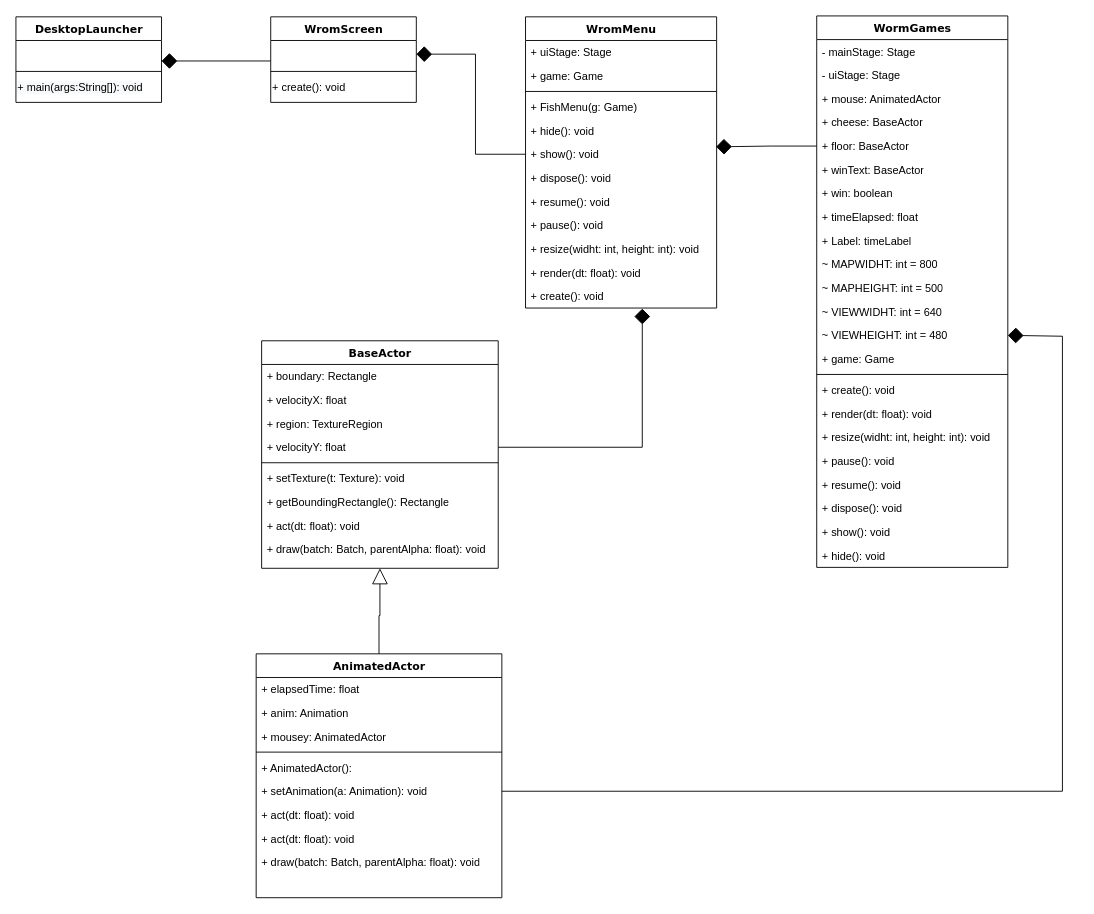
Above: ClassDiagram-WormGames.drawio in lelymaria/TUBES-PemrogramanBerorientasiObjek (draw.io), before the change. Source tidied: cells renumbered, new cells numbered last; positions are measured from the earlier drawing's top-left corner, leaving out a move shared by most shapes. Both pictures are drawn from the tidied source at 91%, with x=0, y=0 at pixel (15, 15).
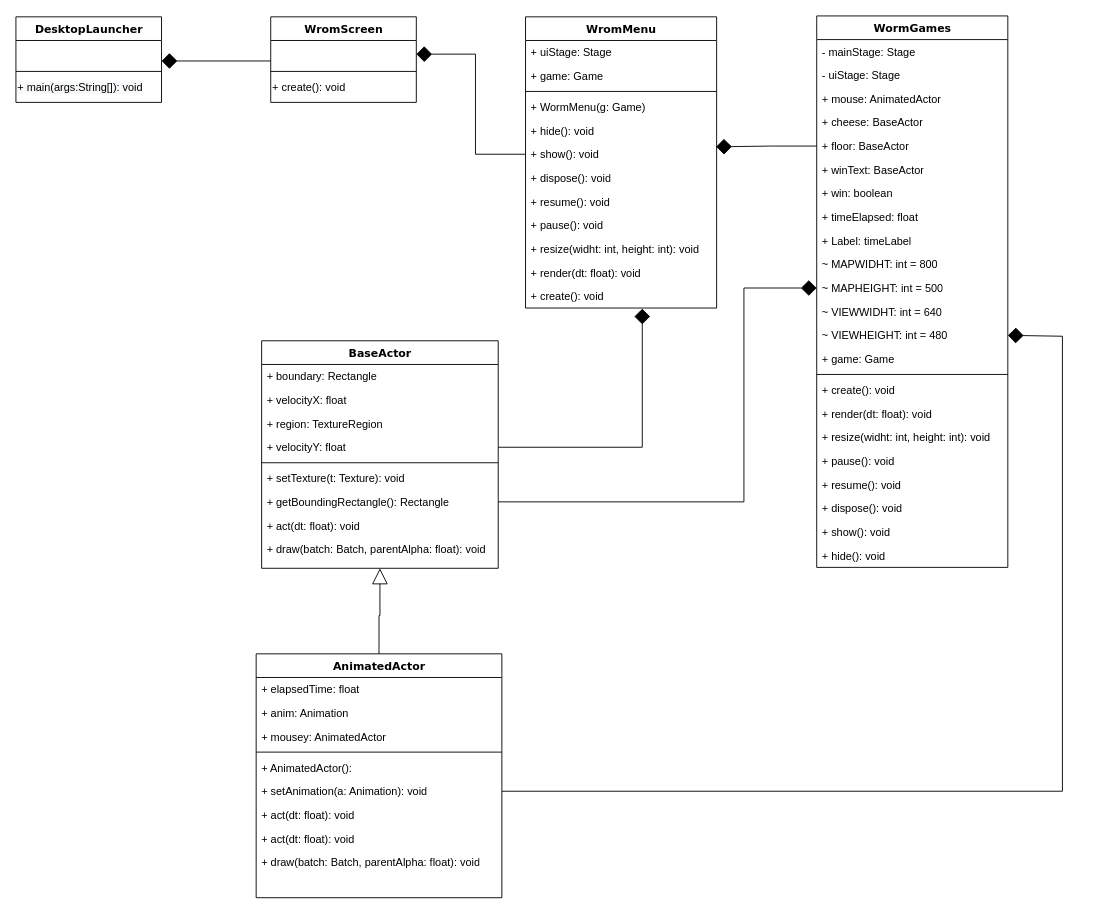
The same diagram, later.

Commit message (it also covers changes not shown here):
PNG Class Diagram

Unchanged cells that the change refers to:
```xml
<mxCell id="24" value="+ getBoundingRectangle(): Rectangle" style="text;html=1;strokeColor=none;fillColor=none;align=left;verticalAlign=top;spacingLeft=4;spacingRight=4;whiteSpace=wrap;overflow=hidden;points=[[0,0.5],[1,0.5]];portConstraint=eastwest;" parent="17" vertex="1">
  <mxGeometry y="164" width="260" height="26" as="geometry" />
</mxCell>
<mxCell id="38" value="~ MAPHEIGHT: int = 500" style="text;html=1;strokeColor=none;fillColor=none;align=left;verticalAlign=top;spacingLeft=4;spacingRight=4;whiteSpace=wrap;overflow=hidden;points=[[0,0.5],[1,0.5]];portConstraint=eastwest;" parent="27" vertex="1">
  <mxGeometry y="286" width="210" height="26" as="geometry" />
</mxCell>
<mxCell id="56" value="WromMenu" style="swimlane;html=1;fontStyle=1;align=center;verticalAlign=top;horizontal=1;startSize=26;swimlaneFillColor=#ffffff;rounded=0;shadow=0;comic=0;labelBackgroundColor=none;strokeWidth=1;fillColor=none;fontFamily=Verdana;fontSize=12;" parent="1" vertex="1">
  <mxGeometry x="560" y="1" width="210" height="320" as="geometry" />
</mxCell>
```

Change to the diagram source:
```diff
@@
-    <mxCell id="60" value="+ FishMenu(g: Game)&amp;nbsp;" style="text;html=1;strokeColor=none;fillColor=none;align=left;verticalAlign=top;spacingLeft=4;spacingRight=4;whiteSpace=wrap;overflow=hidden;" parent="56" vertex="1">
+    <mxCell id="60" value="+ WormMenu(g: Game)&amp;nbsp;" style="text;html=1;strokeColor=none;fillColor=none;align=left;verticalAlign=top;spacingLeft=4;spacingRight=4;whiteSpace=wrap;overflow=hidden;" parent="56" vertex="1">
       <mxGeometry y="86" width="210" height="26" as="geometry" />
     </mxCell>
@@
+    <mxCell id="73" style="edgeStyle=orthogonalEdgeStyle;rounded=0;jettySize=auto;html=1;exitX=1;exitY=0.5;exitDx=0;exitDy=0;entryX=0;entryY=0.5;entryDx=0;entryDy=0;endArrow=diamond;endFill=1;endSize=15;" parent="1" edge="1" source="24" target="38">
+      <mxGeometry relative="1" as="geometry">
+        <Array as="points">
+          <mxPoint x="800" y="534" />
+          <mxPoint x="800" y="299" />
+        </Array>
+      </mxGeometry>
+    </mxCell>
```
